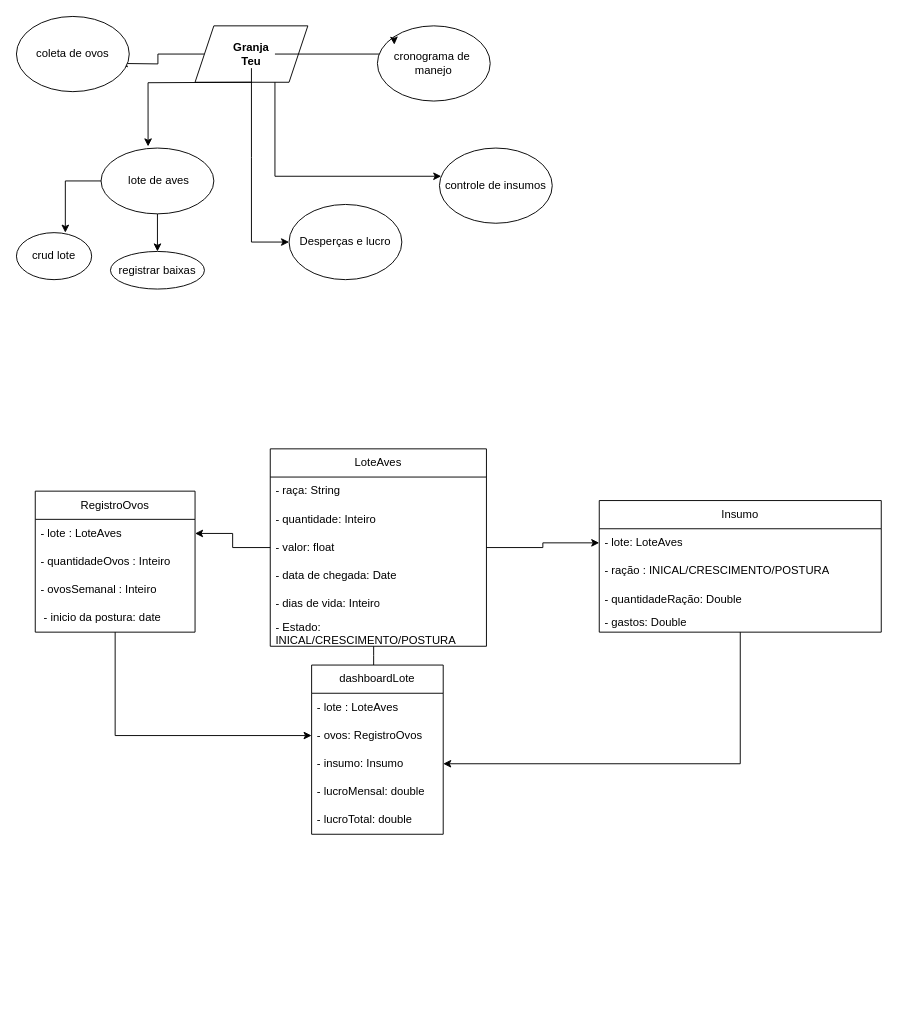
SpiderTheus/granjateu keeps this draw.io diagram as teugranja.drawio. Above is the earlier version. Source tidied: cells renumbered, new cells numbered last; positions are measured from the earlier drawing's top-left corner, leaving out a move shared by most shapes. Both pictures are drawn from the tidied source at 94%, with x=0, y=0 at pixel (16, 16).
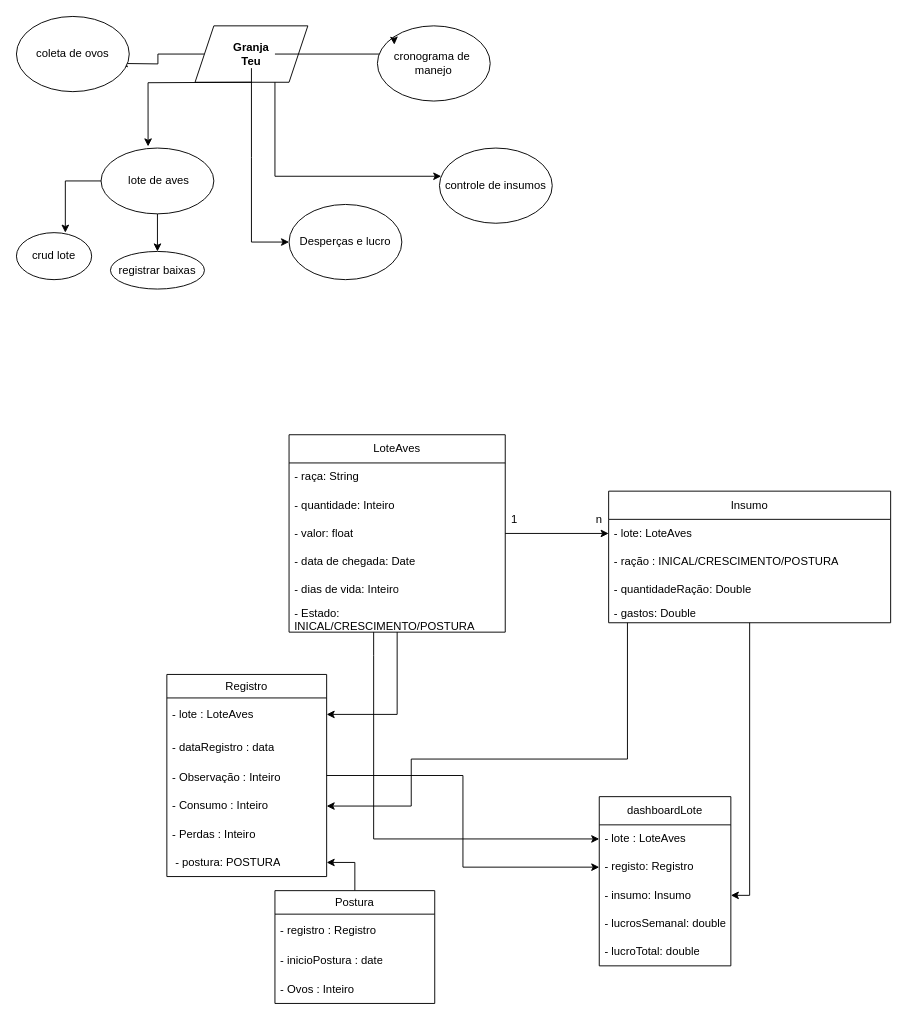
The same diagram, later.

Commit message (it also covers changes not shown here):
Entidades de Registro e suas relacoes criadas

Change to the diagram source:
```diff
@@
     <mxCell id="21" value="LoteAves" style="swimlane;fontStyle=0;horizontal=1;startSize=30;whiteSpace=wrap;html=1;" parent="1" vertex="1">
-      <mxGeometry x="270" y="460" width="230" height="210" as="geometry" />
+      <mxGeometry x="290" y="445" width="230" height="210" as="geometry" />
     </mxCell>
@@
-    <mxCell id="29" value="RegistroOvos" style="swimlane;fontStyle=0;horizontal=1;startSize=30;whiteSpace=wrap;html=1;" parent="1" vertex="1">
-      <mxGeometry x="20" y="505" width="170" height="150" as="geometry" />
+    <mxCell id="29" value="Registro" style="swimlane;fontStyle=0;horizontal=1;startSize=25;whiteSpace=wrap;html=1;" parent="1" vertex="1">
+      <mxGeometry x="160" y="700" width="170" height="215" as="geometry" />
     </mxCell>
     <mxCell id="30" value="- lote : LoteAves" style="text;strokeColor=none;fillColor=none;align=left;verticalAlign=middle;spacingLeft=4;spacingRight=4;overflow=hidden;points=[[0,0.5],[1,0.5]];portConstraint=eastwest;whiteSpace=wrap;html=1;" parent="29" vertex="1">
-      <mxGeometry y="30" width="170" height="30" as="geometry" />
+      <mxGeometry y="25" width="170" height="35" as="geometry" />
     </mxCell>
-    <mxCell id="31" value="- quantidadeOvos : Inteiro" style="text;strokeColor=none;fillColor=none;align=left;verticalAlign=middle;spacingLeft=4;spacingRight=4;overflow=hidden;whiteSpace=wrap;html=1;" parent="29" vertex="1">
-      <mxGeometry y="60" width="170" height="30" as="geometry" />
-    </mxCell>
+    <mxCell id="47" value="- dataRegistro : data" style="text;strokeColor=none;fillColor=none;align=left;verticalAlign=middle;spacingLeft=4;spacingRight=4;overflow=hidden;whiteSpace=wrap;html=1;" parent="29" vertex="1">
+      <mxGeometry y="60" width="170" height="35" as="geometry" />
+    </mxCell>
+    <mxCell id="48" value="- Observação : Inteiro" style="text;strokeColor=none;fillColor=none;align=left;verticalAlign=middle;spacingLeft=4;spacingRight=4;overflow=hidden;whiteSpace=wrap;html=1;" parent="29" vertex="1">
+      <mxGeometry y="95" width="170" height="30" as="geometry" />
+    </mxCell>
-    <mxCell id="32" value="- ovosSemanal : Inteiro" style="text;strokeColor=none;fillColor=none;align=left;verticalAlign=middle;spacingLeft=4;spacingRight=4;overflow=hidden;points=[[0,0.5],[1,0.5]];portConstraint=eastwest;whiteSpace=wrap;html=1;" parent="29" vertex="1">
-      <mxGeometry y="90" width="170" height="30" as="geometry" />
+    <mxCell id="32" value="- Consumo : Inteiro" style="text;strokeColor=none;fillColor=none;align=left;verticalAlign=middle;spacingLeft=4;spacingRight=4;overflow=hidden;points=[[0,0.5],[1,0.5]];portConstraint=eastwest;whiteSpace=wrap;html=1;" parent="29" vertex="1">
+      <mxGeometry y="125" width="170" height="30" as="geometry" />
     </mxCell>
+    <mxCell id="49" value="- Perdas : Inteiro" style="text;strokeColor=none;fillColor=none;align=left;verticalAlign=middle;spacingLeft=4;spacingRight=4;overflow=hidden;whiteSpace=wrap;html=1;" parent="29" vertex="1">
+      <mxGeometry y="155" width="170" height="30" as="geometry" />
+    </mxCell>
-    <mxCell id="33" value="&amp;nbsp;- inicio da postura: date" style="text;strokeColor=none;fillColor=none;align=left;verticalAlign=middle;spacingLeft=4;spacingRight=4;overflow=hidden;points=[[0,0.5],[1,0.5]];portConstraint=eastwest;whiteSpace=wrap;html=1;" parent="29" vertex="1">
-      <mxGeometry y="120" width="170" height="30" as="geometry" />
+    <mxCell id="33" value="&amp;nbsp;- postura: POSTURA" style="text;strokeColor=none;fillColor=none;align=left;verticalAlign=middle;spacingLeft=4;spacingRight=4;overflow=hidden;points=[[0,0.5],[1,0.5]];portConstraint=eastwest;whiteSpace=wrap;html=1;" parent="29" vertex="1">
+      <mxGeometry y="185" width="170" height="30" as="geometry" />
     </mxCell>
@@
+    <mxCell id="50" style="edgeStyle=orthogonalEdgeStyle;rounded=0;jettySize=auto;html=1;" parent="1" edge="1" source="35" target="32">
+      <mxGeometry relative="1" as="geometry">
+        <Array as="points">
+          <mxPoint x="650" y="790" />
+          <mxPoint x="420" y="790" />
+          <mxPoint x="420" y="840" />
+        </Array>
+      </mxGeometry>
+    </mxCell>
     <mxCell id="35" value="Insumo" style="swimlane;fontStyle=0;horizontal=1;startSize=30;whiteSpace=wrap;html=1;" parent="1" vertex="1">
-      <mxGeometry x="620" y="515" width="300" height="140" as="geometry" />
+      <mxGeometry x="630" y="505" width="300" height="140" as="geometry" />
     </mxCell>
@@
     <mxCell id="41" value="dashboardLote" style="swimlane;fontStyle=0;horizontal=1;startSize=30;whiteSpace=wrap;html=1;" parent="1" vertex="1">
-      <mxGeometry x="314" y="690" width="140" height="180" as="geometry" />
+      <mxGeometry x="620" y="830" width="140" height="180" as="geometry" />
     </mxCell>
@@
-    <mxCell id="43" value="- ovos:&amp;nbsp;&lt;span style=&quot;text-align: center;&quot;&gt;RegistroOvos&lt;/span&gt;&amp;nbsp;" style="text;strokeColor=none;fillColor=none;align=left;verticalAlign=middle;spacingLeft=4;spacingRight=4;overflow=hidden;points=[[0,0.5],[1,0.5]];portConstraint=eastwest;whiteSpace=wrap;html=1;" parent="41" vertex="1">
+    <mxCell id="43" value="- registo:&amp;nbsp;&lt;span style=&quot;text-align: center;&quot;&gt;Registro&lt;/span&gt;&amp;nbsp;" style="text;strokeColor=none;fillColor=none;align=left;verticalAlign=middle;spacingLeft=4;spacingRight=4;overflow=hidden;points=[[0,0.5],[1,0.5]];portConstraint=eastwest;whiteSpace=wrap;html=1;" parent="41" vertex="1">
       <mxGeometry y="60" width="140" height="30" as="geometry" />
     </mxCell>
@@
-    <mxCell id="45" value="- lucroMensal: double" style="text;strokeColor=none;fillColor=none;align=left;verticalAlign=middle;spacingLeft=4;spacingRight=4;overflow=hidden;whiteSpace=wrap;html=1;" parent="41" vertex="1">
+    <mxCell id="45" value="- lucrosSemanal: double" style="text;strokeColor=none;fillColor=none;align=left;verticalAlign=middle;spacingLeft=4;spacingRight=4;overflow=hidden;whiteSpace=wrap;html=1;" parent="41" vertex="1">
       <mxGeometry y="120" width="140" height="30" as="geometry" />
     </mxCell>
@@
+    <mxCell id="51" value="n" style="text;html=1;whiteSpace=wrap;strokeColor=none;fillColor=none;align=center;verticalAlign=middle;rounded=0;" parent="1" vertex="1">
+      <mxGeometry x="590" y="520" width="60" height="30" as="geometry" />
+    </mxCell>
+    <mxCell id="52" value="1" style="text;html=1;whiteSpace=wrap;strokeColor=none;fillColor=none;align=center;verticalAlign=middle;rounded=0;" parent="1" vertex="1">
+      <mxGeometry x="500" y="520" width="60" height="30" as="geometry" />
+    </mxCell>
+    <mxCell id="53" style="edgeStyle=orthogonalEdgeStyle;rounded=0;jettySize=auto;html=1;" parent="1" edge="1" source="54" target="33">
+      <mxGeometry relative="1" as="geometry" />
+    </mxCell>
+    <mxCell id="54" value="Postura" style="swimlane;fontStyle=0;horizontal=1;startSize=25;whiteSpace=wrap;html=1;" parent="1" vertex="1">
+      <mxGeometry x="275" y="930" width="170" height="120" as="geometry" />
+    </mxCell>
+    <mxCell id="55" value="- registro : Registro" style="text;strokeColor=none;fillColor=none;align=left;verticalAlign=middle;spacingLeft=4;spacingRight=4;overflow=hidden;whiteSpace=wrap;html=1;" parent="54" vertex="1">
+      <mxGeometry y="25" width="170" height="35" as="geometry" />
+    </mxCell>
+    <mxCell id="56" value="- inicioPostura : date" style="text;strokeColor=none;fillColor=none;align=left;verticalAlign=middle;spacingLeft=4;spacingRight=4;overflow=hidden;whiteSpace=wrap;html=1;" parent="54" vertex="1">
+      <mxGeometry y="60" width="170" height="30" as="geometry" />
+    </mxCell>
+    <mxCell id="57" value="- Ovos : Inteiro" style="text;strokeColor=none;fillColor=none;align=left;verticalAlign=middle;spacingLeft=4;spacingRight=4;overflow=hidden;whiteSpace=wrap;html=1;" parent="54" vertex="1">
+      <mxGeometry y="90" width="170" height="30" as="geometry" />
+    </mxCell>
```
